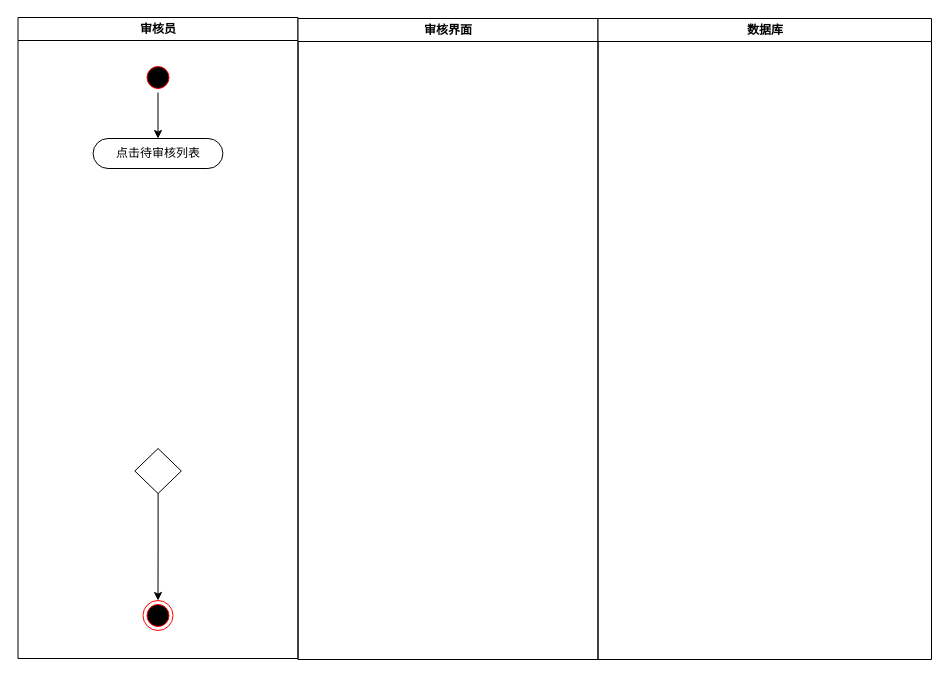
Earlier version of the draw.io diagram 违规管理活动图.drawio (200928/image). Source tidied: cells renumbered, new cells numbered last; positions are measured from the earlier drawing's top-left corner, leaving out a move shared by most shapes. Both pictures are drawn from the tidied source at 100%, with x=0, y=0 at pixel (17, 17).
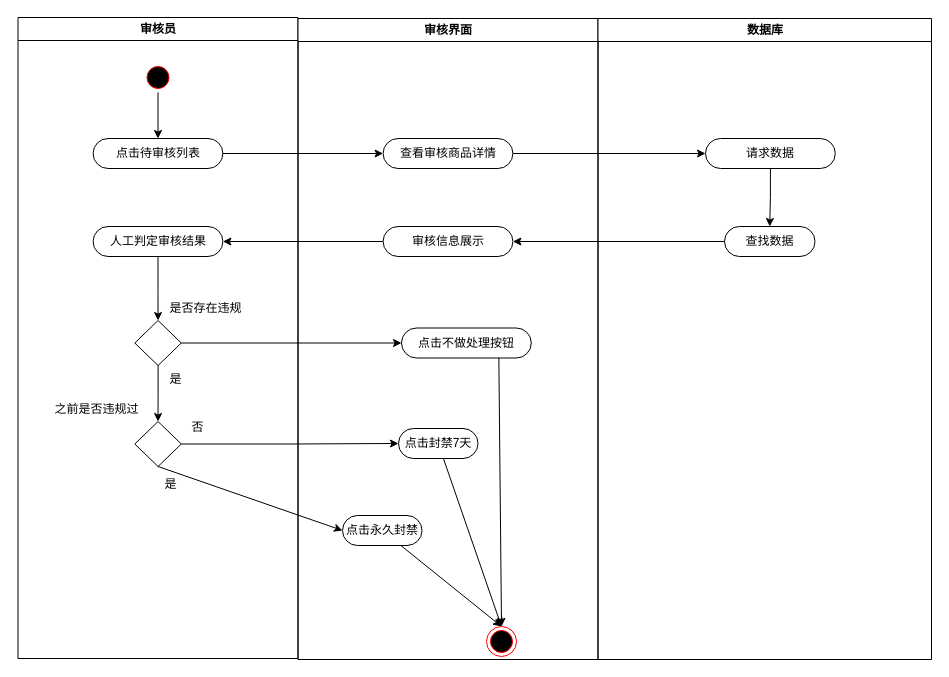
The same page after the edit.

Commit message:
更新违规管理活动图.drawio

Unchanged cells that the change refers to:
```xml
<mxCell id="2" value="审核员" style="swimlane;whiteSpace=wrap;" parent="1" vertex="1">
  <mxGeometry x="0.5" width="280" height="641" as="geometry" />
</mxCell>
<mxCell id="5" value="点击待审核列表" style="rounded=1;whiteSpace=wrap;html=1;arcSize=50;" parent="2" vertex="1">
  <mxGeometry x="75.1" y="121" width="129.8" height="30" as="geometry" />
</mxCell>
<mxCell id="10" value="数据库" style="swimlane;whiteSpace=wrap;" parent="1" vertex="1">
  <mxGeometry x="580.5" y="1" width="333.5" height="641" as="geometry" />
</mxCell>
```

What changed in the source:
```diff
@@
-    <mxCell id="6" style="edgeStyle=orthogonalEdgeStyle;rounded=0;jettySize=auto;html=1;entryX=0.5;entryY=0;entryDx=0;entryDy=0;" parent="2" edge="1" source="7" target="8">
-      <mxGeometry relative="1" as="geometry" />
-    </mxCell>
+    <mxCell id="11" style="edgeStyle=orthogonalEdgeStyle;rounded=0;jettySize=auto;html=1;entryX=0.5;entryY=0;entryDx=0;entryDy=0;" parent="2" edge="1" source="7" target="16">
+      <mxGeometry relative="1" as="geometry" />
+    </mxCell>
     <mxCell id="7" style="rhombus;whiteSpace=wrap;html=1;" parent="2" vertex="1">
-      <mxGeometry x="116.8" y="431" width="46.5" height="45" as="geometry" />
+      <mxGeometry x="116.8" y="303" width="46.5" height="45" as="geometry" />
     </mxCell>
+    <mxCell id="12" style="edgeStyle=orthogonalEdgeStyle;rounded=0;jettySize=auto;html=1;entryX=0.5;entryY=0;entryDx=0;entryDy=0;" parent="2" edge="1" source="13" target="7">
+      <mxGeometry relative="1" as="geometry" />
+    </mxCell>
+    <mxCell id="13" value="人工判定审核结果" style="rounded=1;whiteSpace=wrap;html=1;arcSize=50;" parent="2" vertex="1">
+      <mxGeometry x="75.1" y="209" width="129.8" height="30" as="geometry" />
+    </mxCell>
+    <mxCell id="14" value="是" style="text;html=1;align=center;verticalAlign=middle;strokeColor=none;fillColor=none;" parent="2" vertex="1">
+      <mxGeometry x="146.5" y="353" width="22" height="18" as="geometry" />
+    </mxCell>
+    <mxCell id="15" value="是否存在违规" style="text;html=1;align=center;verticalAlign=middle;strokeColor=none;fillColor=none;" parent="2" vertex="1">
+      <mxGeometry x="146.5" y="282" width="82" height="18" as="geometry" />
+    </mxCell>
+    <mxCell id="16" style="rhombus;whiteSpace=wrap;html=1;" parent="2" vertex="1">
+      <mxGeometry x="116.8" y="404" width="46.5" height="45" as="geometry" />
+    </mxCell>
+    <mxCell id="17" value="之前是否违规过" style="text;html=1;align=center;verticalAlign=middle;strokeColor=none;fillColor=none;" parent="2" vertex="1">
+      <mxGeometry x="31" y="383" width="94" height="18" as="geometry" />
+    </mxCell>
+    <mxCell id="18" value="否" style="text;html=1;align=center;verticalAlign=middle;strokeColor=none;fillColor=none;" parent="2" vertex="1">
+      <mxGeometry x="168.5" y="401" width="22" height="18" as="geometry" />
+    </mxCell>
+    <mxCell id="19" value="是" style="text;html=1;align=center;verticalAlign=middle;strokeColor=none;fillColor=none;" parent="2" vertex="1">
+      <mxGeometry x="141.2" y="458" width="22" height="18" as="geometry" />
+    </mxCell>
+    <mxCell id="9" value="审核界面" style="swimlane;whiteSpace=wrap;" parent="1" vertex="1">
+      <mxGeometry x="280.5" y="1" width="300" height="641" as="geometry" />
+    </mxCell>
+    <mxCell id="20" value="查看审核商品详情" style="rounded=1;whiteSpace=wrap;html=1;arcSize=50;" parent="9" vertex="1">
+      <mxGeometry x="85.1" y="120" width="129.8" height="30" as="geometry" />
+    </mxCell>
+    <mxCell id="21" value="审核信息展示" style="rounded=1;whiteSpace=wrap;html=1;arcSize=50;" parent="9" vertex="1">
+      <mxGeometry x="85.1" y="208" width="129.8" height="30" as="geometry" />
+    </mxCell>
+    <mxCell id="22" style="edgeStyle=none;rounded=0;jettySize=auto;html=1;entryX=0.5;entryY=0;entryDx=0;entryDy=0;exitX=0.75;exitY=1;exitDx=0;exitDy=0;" parent="9" edge="1" source="23" target="8">
+      <mxGeometry relative="1" as="geometry" />
+    </mxCell>
+    <mxCell id="23" value="点击不做处理按钮" style="rounded=1;whiteSpace=wrap;html=1;arcSize=50;" parent="9" vertex="1">
+      <mxGeometry x="103.5" y="309.5" width="129.8" height="30" as="geometry" />
+    </mxCell>
+    <mxCell id="24" style="edgeStyle=none;rounded=0;jettySize=auto;html=1;entryX=0.5;entryY=0;entryDx=0;entryDy=0;" parent="9" edge="1" source="25" target="8">
+      <mxGeometry relative="1" as="geometry" />
+    </mxCell>
+    <mxCell id="25" value="点击封禁7天" style="rounded=1;whiteSpace=wrap;html=1;arcSize=50;" parent="9" vertex="1">
+      <mxGeometry x="100.5" y="410" width="79.5" height="30" as="geometry" />
+    </mxCell>
+    <mxCell id="26" style="edgeStyle=none;rounded=0;jettySize=auto;html=1;entryX=0.5;entryY=0;entryDx=0;entryDy=0;" parent="9" edge="1" source="27" target="8">
+      <mxGeometry relative="1" as="geometry" />
+    </mxCell>
+    <mxCell id="27" value="点击永久封禁" style="rounded=1;whiteSpace=wrap;html=1;arcSize=50;" parent="9" vertex="1">
+      <mxGeometry x="44.5" y="497" width="79.5" height="30" as="geometry" />
+    </mxCell>
-    <mxCell id="8" style="ellipse;html=1;shape=endState;fillColor=#000000;strokeColor=#ff0000;" parent="2" vertex="1">
-      <mxGeometry x="125" y="583" width="30" height="30" as="geometry" />
+    <mxCell id="8" style="ellipse;html=1;shape=endState;fillColor=#000000;strokeColor=#ff0000;" parent="9" vertex="1">
+      <mxGeometry x="188.5" y="608" width="30" height="30" as="geometry" />
     </mxCell>
-    <mxCell id="9" value="审核界面" style="swimlane;whiteSpace=wrap;" parent="1" vertex="1">
-      <mxGeometry x="280.5" y="1" width="300" height="641" as="geometry" />
-    </mxCell>
@@
+    <mxCell id="28" style="edgeStyle=orthogonalEdgeStyle;rounded=0;jettySize=auto;html=1;entryX=0.5;entryY=0;entryDx=0;entryDy=0;" parent="10" edge="1" source="29" target="30">
+      <mxGeometry relative="1" as="geometry" />
+    </mxCell>
+    <mxCell id="29" value="请求数据" style="rounded=1;whiteSpace=wrap;html=1;arcSize=50;" parent="10" vertex="1">
+      <mxGeometry x="107.5" y="120" width="129.8" height="30" as="geometry" />
+    </mxCell>
+    <mxCell id="30" value="查找数据" style="rounded=1;whiteSpace=wrap;html=1;arcSize=50;" parent="10" vertex="1">
+      <mxGeometry x="126.5" y="208" width="90.5" height="30" as="geometry" />
+    </mxCell>
+    <mxCell id="31" style="edgeStyle=orthogonalEdgeStyle;rounded=0;jettySize=auto;html=1;entryX=0;entryY=0.5;entryDx=0;entryDy=0;" parent="1" edge="1" source="5" target="20">
+      <mxGeometry relative="1" as="geometry" />
+    </mxCell>
+    <mxCell id="32" style="edgeStyle=orthogonalEdgeStyle;rounded=0;jettySize=auto;html=1;entryX=0;entryY=0.5;entryDx=0;entryDy=0;" parent="1" edge="1" source="20" target="29">
+      <mxGeometry relative="1" as="geometry" />
+    </mxCell>
+    <mxCell id="33" style="edgeStyle=orthogonalEdgeStyle;rounded=0;jettySize=auto;html=1;entryX=1;entryY=0.5;entryDx=0;entryDy=0;" parent="1" edge="1" source="30" target="21">
+      <mxGeometry relative="1" as="geometry" />
+    </mxCell>
+    <mxCell id="34" style="edgeStyle=orthogonalEdgeStyle;rounded=0;jettySize=auto;html=1;entryX=1;entryY=0.5;entryDx=0;entryDy=0;" parent="1" edge="1" source="21" target="13">
+      <mxGeometry relative="1" as="geometry" />
+    </mxCell>
+    <mxCell id="35" style="edgeStyle=orthogonalEdgeStyle;rounded=0;jettySize=auto;html=1;entryX=0;entryY=0.5;entryDx=0;entryDy=0;" parent="1" edge="1" source="7" target="23">
+      <mxGeometry relative="1" as="geometry" />
+    </mxCell>
+    <mxCell id="36" style="edgeStyle=orthogonalEdgeStyle;rounded=0;jettySize=auto;html=1;entryX=0;entryY=0.5;entryDx=0;entryDy=0;" parent="1" edge="1" source="16" target="25">
+      <mxGeometry relative="1" as="geometry" />
+    </mxCell>
+    <mxCell id="37" style="rounded=0;jettySize=auto;html=1;entryX=0;entryY=0.5;entryDx=0;entryDy=0;exitX=0.5;exitY=1;exitDx=0;exitDy=0;" parent="1" edge="1" source="16" target="27">
+      <mxGeometry relative="1" as="geometry" />
+    </mxCell>
```
